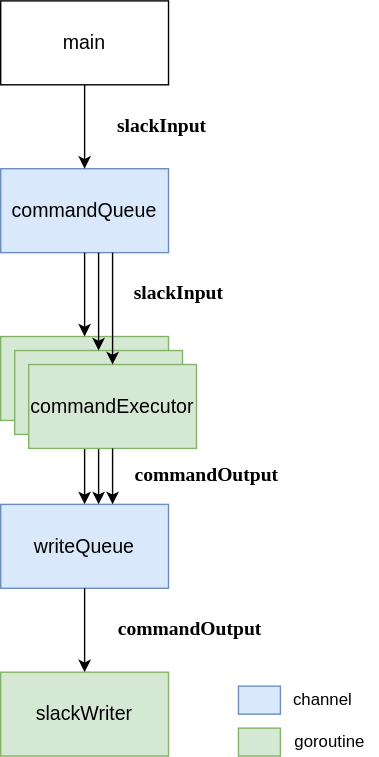
Before: docs/goroutine-diagram.svg, a diagram exported from draw.io (hnw/slack-commander). Source tidied: cells renumbered, new cells last; positions are measured from the earlier drawing's top-left corner, leaving out a move shared by most shapes.
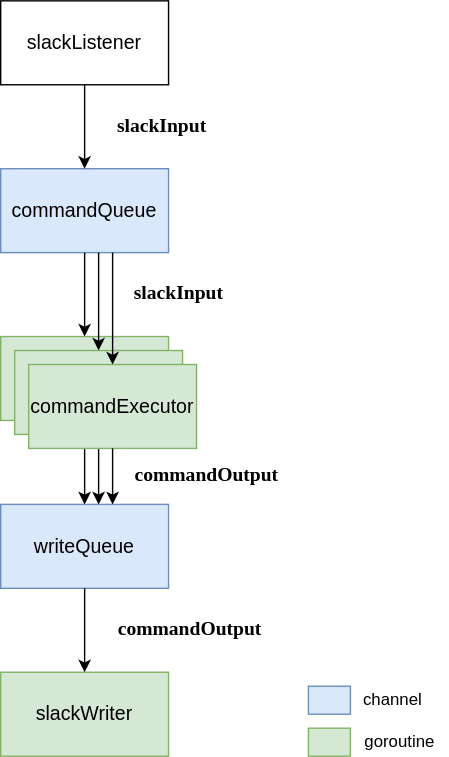
Above is the later version.

The edit, as a diff of the source:
```diff
@@ -8,7 +8,7 @@
     <mxCell id="3" value="&lt;font style=&quot;font-size: 14px&quot;&gt;writeQueue&lt;/font&gt;" style="rounded=0;whiteSpace=wrap;html=1;fillColor=#dae8fc;strokeColor=#6c8ebf;" parent="1" vertex="1">
       <mxGeometry y="360" width="120" height="60" as="geometry" />
     </mxCell>
-    <mxCell id="4" value="&lt;font style=&quot;font-size: 14px&quot;&gt;main&lt;/font&gt;" style="rounded=0;whiteSpace=wrap;html=1;" parent="1" vertex="1">
+    <mxCell id="4" value="&lt;font style=&quot;font-size: 14px&quot;&gt;slackListener&lt;/font&gt;" style="rounded=0;whiteSpace=wrap;html=1;" parent="1" vertex="1">
       <mxGeometry width="120" height="60" as="geometry" />
     </mxCell>
     <mxCell id="5" style="endArrow=classic;html=1;exitX=0.5;exitY=1;exitDx=0;exitDy=0;entryX=0.5;entryY=0;entryDx=0;entryDy=0;" parent="1" edge="1" source="4" target="2">
@@ -72,16 +72,16 @@
       <mxGeometry x="70" y="440" width="130" height="20" as="geometry" />
     </mxCell>
     <mxCell id="21" style="rounded=0;whiteSpace=wrap;html=1;fillColor=#d5e8d4;strokeColor=#82b366;" parent="1" vertex="1">
-      <mxGeometry x="170" y="520" width="30" height="20" as="geometry" />
+      <mxGeometry x="220" y="520" width="30" height="20" as="geometry" />
     </mxCell>
     <mxCell id="22" style="rounded=0;whiteSpace=wrap;html=1;fillColor=#dae8fc;strokeColor=#6c8ebf;" parent="1" vertex="1">
-      <mxGeometry x="170" y="490" width="30" height="20" as="geometry" />
+      <mxGeometry x="220" y="490" width="30" height="20" as="geometry" />
     </mxCell>
     <mxCell id="23" value="&lt;font size=&quot;1&quot;&gt;&lt;span style=&quot;font-size: 12px&quot;&gt;channel&lt;/span&gt;&lt;/font&gt;" style="text;html=1;align=center;verticalAlign=middle;" parent="1" vertex="1">
-      <mxGeometry x="200" y="490" width="60" height="20" as="geometry" />
+      <mxGeometry x="250" y="490" width="60" height="20" as="geometry" />
     </mxCell>
     <mxCell id="24" value="&lt;font size=&quot;1&quot;&gt;&lt;span style=&quot;font-size: 12px&quot;&gt;goroutine&lt;/span&gt;&lt;/font&gt;" style="text;html=1;align=center;verticalAlign=middle;" parent="1" vertex="1">
-      <mxGeometry x="200" y="520" width="70" height="20" as="geometry" />
+      <mxGeometry x="250" y="520" width="70" height="20" as="geometry" />
     </mxCell>
   </root>
 </mxGraphModel>
```
